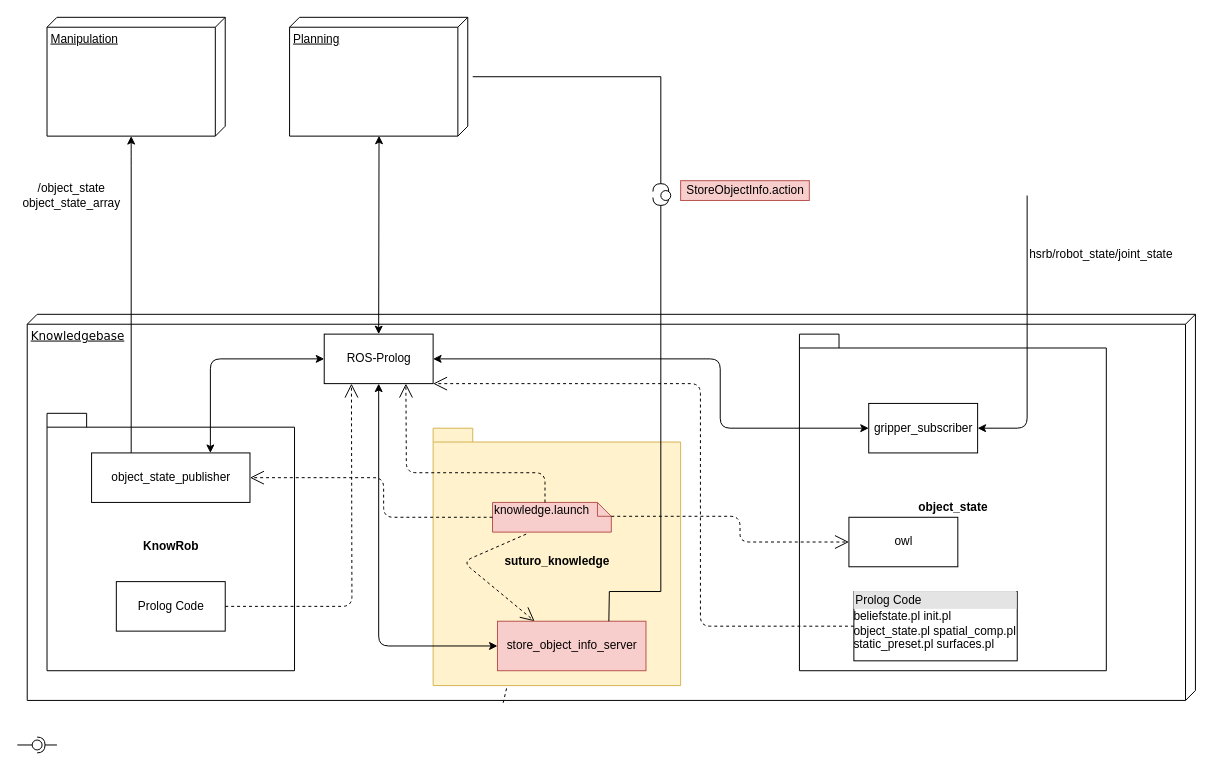
Before: architecture/knowledge_architecture/knowledge.drawio in SUTURO/suturo_resources, a draw.io diagram. Source tidied: cells renumbered, new cells numbered last; positions are measured from the earlier drawing's top-left corner, leaving out a move shared by most shapes. Both pictures are drawn from the tidied source at 99%, with x=0, y=0 at pixel (17, 17).
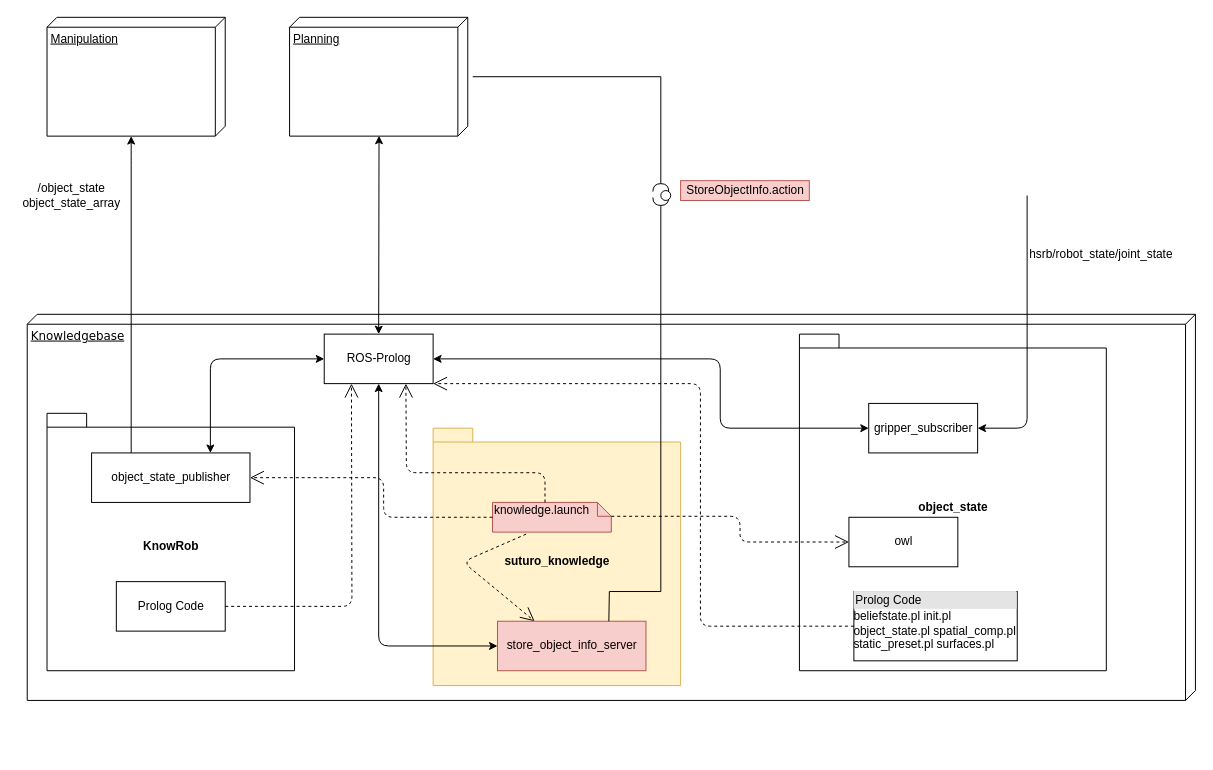
After the change.

Commit message (it also covers changes not shown here):
remove unused arrows

Unchanged cells that the change refers to:
```xml
<mxCell id="4" value="suturo_knowledge" style="shape=folder;fontStyle=1;spacingTop=10;tabWidth=40;tabHeight=14;tabPosition=left;html=1;fillColor=#fff2cc;strokeColor=#d6b656;" parent="1" vertex="1">
  <mxGeometry x="420" y="415" width="250" height="260" as="geometry" />
</mxCell>
<mxCell id="16" value="store_object_info_server" style="html=1;fillColor=#f8cecc;strokeColor=#b85450;" parent="1" vertex="1">
  <mxGeometry x="485" y="610" width="150" height="50" as="geometry" />
</mxCell>
```

Diff of the diagram source:
```diff
@@
-    <mxCell id="3" style="endArrow=open;endSize=12;dashed=1;html=1;exitX=0.283;exitY=1.067;exitDx=0;exitDy=0;exitPerimeter=0;entryX=0.147;entryY=0;entryDx=0;entryDy=0;entryPerimeter=0;" parent="1" edge="1" source="4" target="16">
-      <mxGeometry x="0.27" y="39" relative="1" as="geometry">
-        <Array as="points">
-          <mxPoint x="543" y="470" />
-          <mxPoint x="490" y="570" />
-        </Array>
-      </mxGeometry>
-    </mxCell>
@@
-    <mxCell id="32" style="rounded=0;jettySize=auto;html=1;endArrow=none;endFill=0;" parent="1" edge="1" target="34">
-      <mxGeometry relative="1" as="geometry">
-        <mxPoint y="735" as="sourcePoint" />
-      </mxGeometry>
-    </mxCell>
-    <mxCell id="33" style="rounded=0;jettySize=auto;html=1;endArrow=halfCircle;endFill=0;entryX=0.5;entryY=0.5;entryDx=0;entryDy=0;endSize=6;strokeWidth=1;" parent="1" edge="1" target="34">
-      <mxGeometry relative="1" as="geometry">
-        <mxPoint x="40" y="735" as="sourcePoint" />
-      </mxGeometry>
-    </mxCell>
-    <mxCell id="34" style="ellipse;whiteSpace=wrap;html=1;fontFamily=Helvetica;fontSize=12;fontColor=#000000;align=center;strokeColor=#000000;fillColor=#ffffff;points=[];" parent="1" vertex="1">
-      <mxGeometry x="15" y="730" width="10" height="10" as="geometry" />
-    </mxCell>
```
